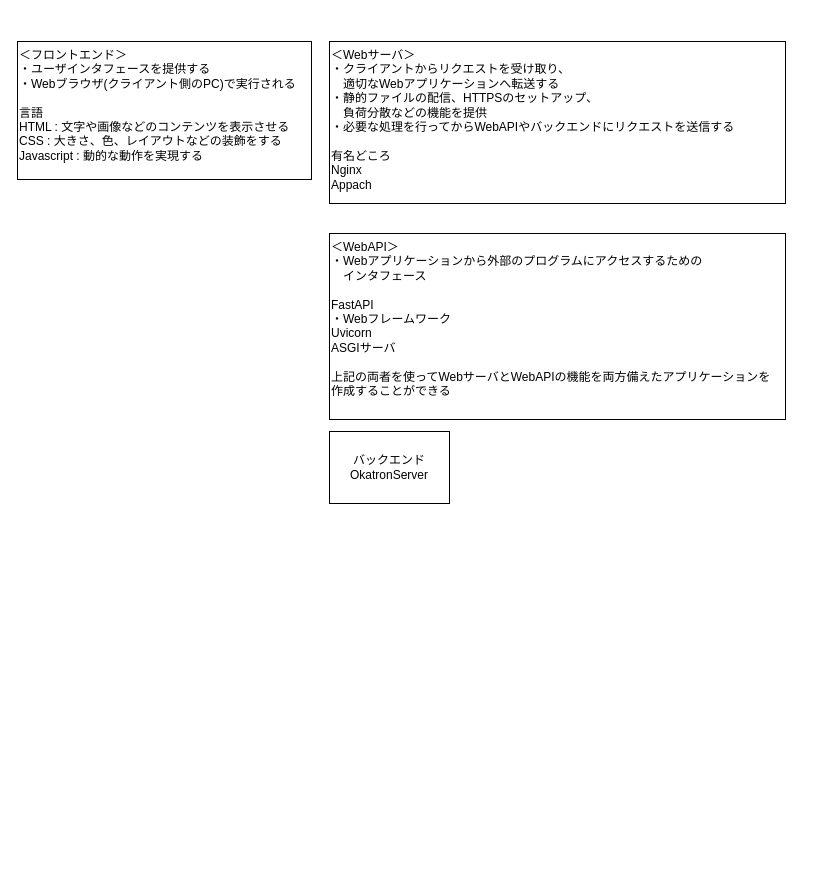
This is page "ページ1" (1 of 2) of Diagram/Structure.drawio from gsc2000/OkatronAI, a draw.io file, before an edit. Source tidied: cells renumbered, new cells numbered last; positions are measured from the earlier drawing's top-left corner, leaving out a move shared by most shapes. Both pictures are drawn from the tidied source at 100%, with x=0, y=0 at pixel (17, 41).
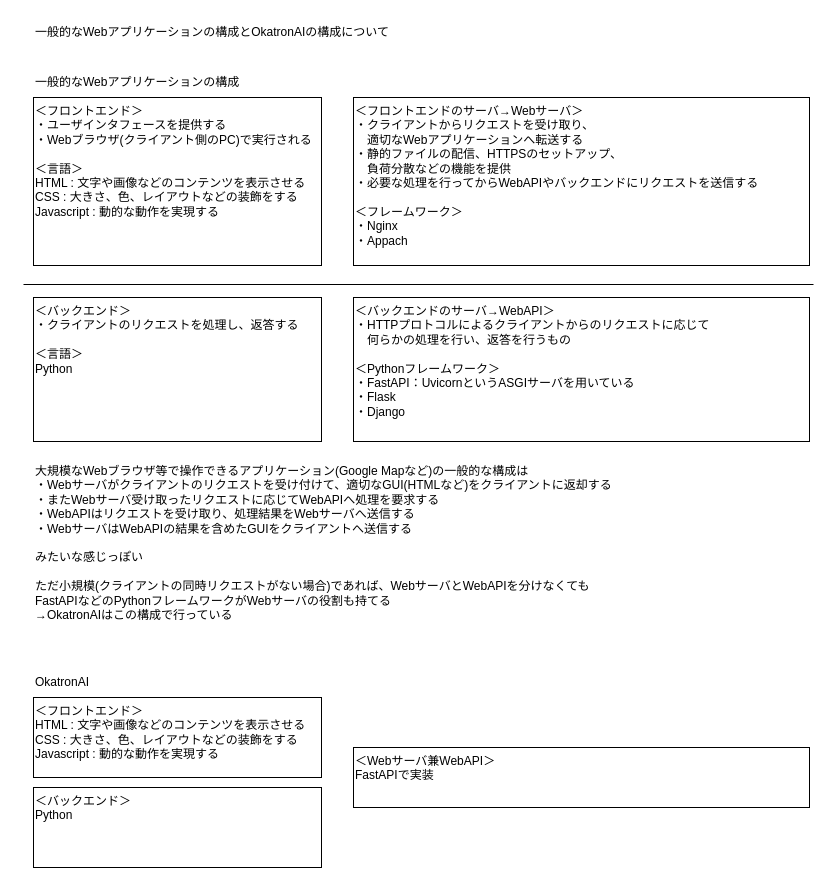
The same diagram, later.

Commit message:
フロントエンドとバックエンドについての役割を記載

What changed in the source:
```diff
@@
 <mxGraphModel>
   <root>
     <mxCell id="0" />
     <mxCell id="1" parent="0" />
-    <mxCell id="2" value="＜フロントエンド＞&lt;br&gt;・ユーザインタフェースを提供する&lt;br&gt;・Webブラウザ(クライアント側のPC)で実行される&lt;br&gt;&lt;br&gt;言語&lt;br&gt;HTML : 文字や画像などのコンテンツを表示させる&lt;br&gt;CSS : 大きさ、色、レイアウトなどの装飾をする&lt;br&gt;Javascript : 動的な動作を実現する" style="whiteSpace=wrap;html=1;align=left;verticalAlign=top;" parent="1" vertex="1">
-      <mxGeometry width="294" height="138" as="geometry" />
+    <mxCell id="2" value="＜フロントエンド＞&lt;br&gt;・ユーザインタフェースを提供する&lt;br&gt;・Webブラウザ(クライアント側のPC)で実行される&lt;br&gt;&lt;br&gt;＜言語＞&lt;br&gt;HTML : 文字や画像などのコンテンツを表示させる&lt;br&gt;CSS : 大きさ、色、レイアウトなどの装飾をする&lt;br&gt;Javascript : 動的な動作を実現する" style="whiteSpace=wrap;html=1;align=left;verticalAlign=top;" parent="1" vertex="1">
+      <mxGeometry x="16" y="56" width="288" height="168" as="geometry" />
     </mxCell>
-    <mxCell id="3" value="＜Webサーバ＞&lt;br&gt;・クライアントからリクエストを受け取り、&lt;br&gt;　適切なWebアプリケーションへ転送する&lt;br&gt;・静的ファイルの配信、HTTPSのセットアップ、&lt;br&gt;　負荷分散などの機能を提供&lt;br&gt;・必要な処理を行ってからWebAPIやバックエンドにリクエストを送信する&lt;br&gt;&lt;br&gt;有名どころ&lt;br&gt;Nginx&lt;br&gt;Appach" style="whiteSpace=wrap;html=1;align=left;verticalAlign=top;" parent="1" vertex="1">
-      <mxGeometry x="312" width="456" height="162" as="geometry" />
+    <mxCell id="3" value="＜フロントエンドのサーバ→Webサーバ＞&lt;br&gt;・クライアントからリクエストを受け取り、&lt;br&gt;　適切なWebアプリケーションへ転送する&lt;br&gt;・静的ファイルの配信、HTTPSのセットアップ、&lt;br&gt;　負荷分散などの機能を提供&lt;br&gt;・必要な処理を行ってからWebAPIやバックエンドにリクエストを送信する&lt;br&gt;&lt;br&gt;＜フレームワーク＞&lt;br&gt;・Nginx&lt;br&gt;・Appach" style="whiteSpace=wrap;html=1;align=left;verticalAlign=top;" parent="1" vertex="1">
+      <mxGeometry x="336" y="56" width="456" height="168" as="geometry" />
     </mxCell>
-    <mxCell id="4" value="バックエンド&lt;br&gt;OkatronServer" style="whiteSpace=wrap;html=1;" parent="1" vertex="1">
-      <mxGeometry x="312" y="390" width="120" height="72" as="geometry" />
+    <mxCell id="4" value="＜バックエンド＞&lt;br&gt;・クライアントのリクエストを処理し、返答する&lt;br&gt;&lt;br&gt;＜言語＞&lt;br&gt;Python" style="whiteSpace=wrap;html=1;align=left;verticalAlign=top;" parent="1" vertex="1">
+      <mxGeometry x="16" y="256" width="288" height="144" as="geometry" />
     </mxCell>
-    <mxCell id="5" value="＜WebAPI＞&lt;br&gt;・Webアプリケーションから外部のプログラムにアクセスするための&lt;br&gt;　インタフェース&lt;br&gt;&lt;br&gt;FastAPI&lt;br&gt;・Webフレームワーク&lt;br&gt;Uvicorn&lt;br&gt;ASGIサーバ&lt;br&gt;&lt;br&gt;上記の両者を使ってWebサーバとWebAPIの機能を両方備えたアプリケーションを&lt;br&gt;作成することができる" style="whiteSpace=wrap;html=1;align=left;verticalAlign=top;" parent="1" vertex="1">
-      <mxGeometry x="312" y="192" width="456" height="186" as="geometry" />
+    <mxCell id="5" value="＜バックエンドのサーバ→WebAPI＞&lt;br&gt;・HTTPプロトコルによるクライアントからのリクエストに応じて&lt;br&gt;　何らかの処理を行い、返答を行うもの&lt;br&gt;&lt;br&gt;＜Pythonフレームワーク＞&lt;br&gt;・FastAPI：UvicornというASGIサーバを用いている&lt;br&gt;・Flask&lt;br&gt;・Django" style="whiteSpace=wrap;html=1;align=left;verticalAlign=top;" parent="1" vertex="1">
+      <mxGeometry x="336" y="256" width="456" height="144" as="geometry" />
     </mxCell>
+    <mxCell id="6" value="大規模なWebブラウザ等で操作できるアプリケーション(Google Mapなど)の一般的な構成は&lt;br&gt;・Webサーバがクライアントのリクエストを受け付けて、適切なGUI(HTMLなど)をクライアントに返却する&lt;br&gt;・またWebサーバ受け取ったリクエストに応じてWebAPIへ処理を要求する&lt;br&gt;・WebAPIはリクエストを受け取り、処理結果をWebサーバへ送信する&lt;br&gt;・WebサーバはWebAPIの結果を含めたGUIをクライアントへ送信する&lt;br&gt;&lt;br&gt;みたいな感じっぽい&lt;br&gt;&lt;br&gt;ただ小規模(クライアントの同時リクエストがない場合)であれば、WebサーバとWebAPIを分けなくても&lt;br&gt;FastAPIなどのPythonフレームワークがWebサーバの役割も持てる&lt;br&gt;→OkatronAIはこの構成で行っている" style="text;html=1;align=left;verticalAlign=top;strokeColor=none;fillColor=none;" parent="1" vertex="1">
+      <mxGeometry x="16" y="416" width="600" height="174" as="geometry" />
+    </mxCell>
+    <mxCell id="7" value="一般的なWebアプリケーションの構成とOkatronAIの構成について" style="text;html=1;align=left;verticalAlign=middle;strokeColor=none;fillColor=none;" parent="1" vertex="1">
+      <mxGeometry x="16" y="-24" width="380" height="30" as="geometry" />
+    </mxCell>
+    <mxCell id="8" value="一般的なWebアプリケーションの構成" style="text;html=1;align=left;verticalAlign=middle;strokeColor=none;fillColor=none;" parent="1" vertex="1">
+      <mxGeometry x="16" y="26" width="230" height="30" as="geometry" />
+    </mxCell>
+    <mxCell id="9" value="OkatronAI" style="text;html=1;align=left;verticalAlign=middle;strokeColor=none;fillColor=none;" parent="1" vertex="1">
+      <mxGeometry x="16" y="626" width="80" height="30" as="geometry" />
+    </mxCell>
+    <mxCell id="10" style="endArrow=none;html=1;" parent="1" edge="1">
+      <mxGeometry relative="1" as="geometry">
+        <mxPoint x="6" y="243" as="sourcePoint" />
+        <mxPoint x="796" y="243" as="targetPoint" />
+      </mxGeometry>
+    </mxCell>
+    <mxCell id="11" value="＜フロントエンド＞&lt;br&gt;HTML : 文字や画像などのコンテンツを表示させる&lt;br&gt;CSS : 大きさ、色、レイアウトなどの装飾をする&lt;br&gt;Javascript : 動的な動作を実現する" style="whiteSpace=wrap;html=1;align=left;verticalAlign=top;" parent="1" vertex="1">
+      <mxGeometry x="16" y="656" width="288" height="80" as="geometry" />
+    </mxCell>
+    <mxCell id="12" value="＜バックエンド＞&lt;br&gt;Python" style="whiteSpace=wrap;html=1;align=left;verticalAlign=top;" parent="1" vertex="1">
+      <mxGeometry x="16" y="746" width="288" height="80" as="geometry" />
+    </mxCell>
+    <mxCell id="13" value="＜Webサーバ兼WebAPI＞&lt;br&gt;FastAPIで実装" style="whiteSpace=wrap;html=1;align=left;verticalAlign=top;" parent="1" vertex="1">
+      <mxGeometry x="336" y="706" width="456" height="60" as="geometry" />
+    </mxCell>
   </root>
 </mxGraphModel>
```
